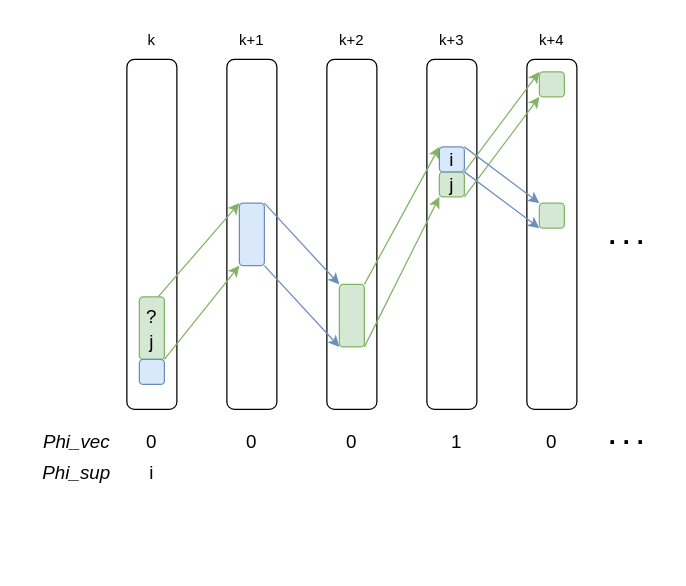
Earlier version of the draw.io diagram slides/graph/phi.drawio (dlcgold/rlpbwt). Source tidied: cells renumbered, new cells numbered last; positions are measured from the earlier drawing's top-left corner, leaving out a move shared by most shapes. Both pictures are drawn from the tidied source at 125%, with x=0, y=0 at pixel (39, 21).
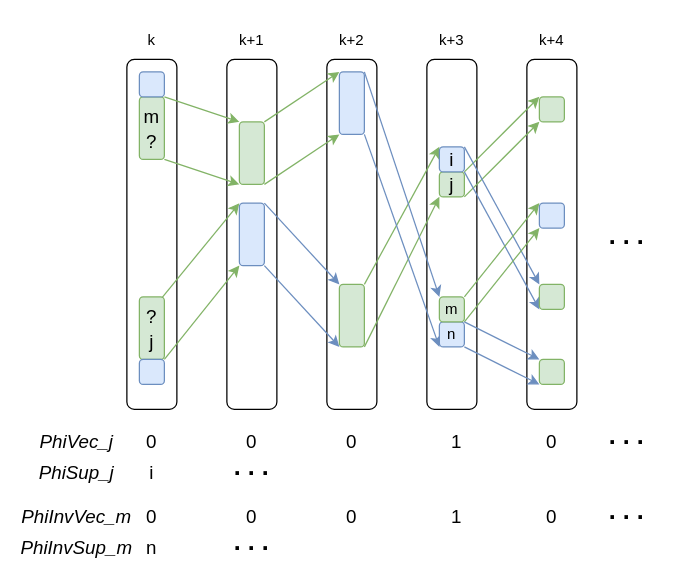
The same page after the edit.

The change refers to these unchanged cells:
```xml
<mxCell id="8" style="rounded=1;whiteSpace=wrap;html=1;fillColor=#d5e8d4;strokeColor=#82b366;" parent="1" vertex="1">
  <mxGeometry x="80" y="220" width="20" height="50" as="geometry" />
</mxCell>
<mxCell id="11" style="rounded=1;whiteSpace=wrap;html=1;fillColor=#dae8fc;strokeColor=#6c8ebf;" parent="1" vertex="1">
  <mxGeometry x="160" y="145" width="20" height="50" as="geometry" />
</mxCell>
<mxCell id="30" value="&lt;font style=&quot;font-size: 15px&quot;&gt;?&lt;/font&gt;" style="text;html=1;strokeColor=none;fillColor=none;align=center;verticalAlign=middle;whiteSpace=wrap;rounded=0;" parent="1" vertex="1">
  <mxGeometry x="60" y="220" width="60" height="30" as="geometry" />
</mxCell>
```

Diff of the diagram source:
```diff
@@
-    <mxCell id="6" style="rounded=0;jettySize=auto;html=1;exitX=0.75;exitY=0;exitDx=0;exitDy=0;entryX=0;entryY=0;entryDx=0;entryDy=0;fillColor=#d5e8d4;strokeColor=#82b366;" parent="1" edge="1" source="8" target="11">
+    <mxCell id="6" style="rounded=0;jettySize=auto;html=1;exitX=0.617;exitY=0.067;exitDx=0;exitDy=0;entryX=0;entryY=0;entryDx=0;entryDy=0;fillColor=#d5e8d4;strokeColor=#82b366;exitPerimeter=0;" parent="1" edge="1" source="30" target="11">
       <mxGeometry relative="1" as="geometry" />
     </mxCell>
@@
     <mxCell id="22" style="rounded=1;whiteSpace=wrap;html=1;fillColor=#d5e8d4;strokeColor=#82b366;" parent="1" vertex="1">
-      <mxGeometry x="400" y="40" width="20" height="20" as="geometry" />
+      <mxGeometry x="400" y="60" width="20" height="20" as="geometry" />
     </mxCell>
     <mxCell id="23" style="rounded=1;whiteSpace=wrap;html=1;fillColor=#d5e8d4;strokeColor=#82b366;" parent="1" vertex="1">
-      <mxGeometry x="400" y="145" width="20" height="20" as="geometry" />
+      <mxGeometry x="400" y="210" width="20" height="20" as="geometry" />
     </mxCell>
@@
-    <mxCell id="37" value="&lt;i&gt;Phi_vec&lt;/i&gt;" style="text;html=1;strokeColor=none;fillColor=none;align=center;verticalAlign=middle;whiteSpace=wrap;rounded=0;fontSize=15;" parent="1" vertex="1">
+    <mxCell id="37" value="&lt;i&gt;PhiVec_j&lt;/i&gt;" style="text;html=1;strokeColor=none;fillColor=none;align=center;verticalAlign=middle;whiteSpace=wrap;rounded=0;fontSize=15;" parent="1" vertex="1">
       <mxGeometry y="320" width="60" height="30" as="geometry" />
     </mxCell>
@@
-    <mxCell id="40" value="&lt;i&gt;Phi_sup&lt;/i&gt;" style="text;html=1;strokeColor=none;fillColor=none;align=center;verticalAlign=middle;whiteSpace=wrap;rounded=0;fontSize=15;" parent="1" vertex="1">
+    <mxCell id="40" value="&lt;i&gt;PhiSup_j&lt;/i&gt;" style="text;html=1;strokeColor=none;fillColor=none;align=center;verticalAlign=middle;whiteSpace=wrap;rounded=0;fontSize=15;" parent="1" vertex="1">
       <mxGeometry y="345" width="60" height="30" as="geometry" />
     </mxCell>
@@
+    <mxCell id="42" value="&lt;b&gt;&lt;font style=&quot;font-size: 20px&quot;&gt;. . .&lt;/font&gt;&lt;/b&gt;" style="text;html=1;strokeColor=none;fillColor=none;align=center;verticalAlign=middle;whiteSpace=wrap;rounded=0;fontSize=15;" parent="1" vertex="1">
+      <mxGeometry x="140" y="340" width="60" height="30" as="geometry" />
+    </mxCell>
+    <mxCell id="43" style="rounded=0;jettySize=auto;html=1;exitX=1;exitY=1;exitDx=0;exitDy=0;entryX=0;entryY=1;entryDx=0;entryDy=0;fillColor=#d5e8d4;strokeColor=#82b366;" parent="1" edge="1" source="45" target="50">
+      <mxGeometry relative="1" as="geometry" />
+    </mxCell>
+    <mxCell id="44" style="edgeStyle=none;rounded=0;jettySize=auto;html=1;exitX=1;exitY=0;exitDx=0;exitDy=0;entryX=0;entryY=0;entryDx=0;entryDy=0;fillColor=#d5e8d4;strokeColor=#82b366;" parent="1" edge="1" source="45" target="50">
+      <mxGeometry relative="1" as="geometry" />
+    </mxCell>
+    <mxCell id="45" style="rounded=1;whiteSpace=wrap;html=1;fillColor=#d5e8d4;strokeColor=#82b366;" parent="1" vertex="1">
+      <mxGeometry x="80" y="60" width="20" height="50" as="geometry" />
+    </mxCell>
+    <mxCell id="46" value="&lt;font style=&quot;font-size: 15px&quot;&gt;?&lt;/font&gt;" style="text;html=1;strokeColor=none;fillColor=none;align=center;verticalAlign=middle;whiteSpace=wrap;rounded=0;" parent="1" vertex="1">
+      <mxGeometry x="60" y="80" width="60" height="30" as="geometry" />
+    </mxCell>
+    <mxCell id="47" value="&lt;font style=&quot;font-size: 15px&quot;&gt;m&lt;/font&gt;" style="text;html=1;strokeColor=none;fillColor=none;align=center;verticalAlign=middle;whiteSpace=wrap;rounded=0;" parent="1" vertex="1">
+      <mxGeometry x="60" y="60" width="60" height="30" as="geometry" />
+    </mxCell>
+    <mxCell id="48" style="edgeStyle=none;rounded=0;jettySize=auto;html=1;exitX=1;exitY=0;exitDx=0;exitDy=0;entryX=0;entryY=0;entryDx=0;entryDy=0;fillColor=#d5e8d4;strokeColor=#82b366;" parent="1" edge="1" source="50" target="53">
+      <mxGeometry relative="1" as="geometry" />
+    </mxCell>
+    <mxCell id="49" style="edgeStyle=none;rounded=0;jettySize=auto;html=1;exitX=1;exitY=1;exitDx=0;exitDy=0;entryX=0;entryY=1;entryDx=0;entryDy=0;fillColor=#d5e8d4;strokeColor=#82b366;" parent="1" edge="1" source="50" target="53">
+      <mxGeometry relative="1" as="geometry" />
+    </mxCell>
+    <mxCell id="50" style="rounded=1;whiteSpace=wrap;html=1;fillColor=#d5e8d4;strokeColor=#82b366;" parent="1" vertex="1">
+      <mxGeometry x="160" y="80" width="20" height="50" as="geometry" />
+    </mxCell>
+    <mxCell id="51" style="edgeStyle=none;rounded=0;jettySize=auto;html=1;exitX=1;exitY=1;exitDx=0;exitDy=0;entryX=0;entryY=1;entryDx=0;entryDy=0;fillColor=#dae8fc;strokeColor=#6c8ebf;" parent="1" edge="1" source="53" target="55">
+      <mxGeometry relative="1" as="geometry" />
+    </mxCell>
+    <mxCell id="52" style="edgeStyle=none;rounded=0;jettySize=auto;html=1;exitX=1;exitY=0;exitDx=0;exitDy=0;entryX=0;entryY=0;entryDx=0;entryDy=0;fillColor=#dae8fc;strokeColor=#6c8ebf;" parent="1" edge="1" source="53" target="59">
+      <mxGeometry relative="1" as="geometry" />
+    </mxCell>
+    <mxCell id="53" style="rounded=1;whiteSpace=wrap;html=1;fillColor=#dae8fc;strokeColor=#6c8ebf;" parent="1" vertex="1">
+      <mxGeometry x="240" y="40" width="20" height="50" as="geometry" />
+    </mxCell>
+    <mxCell id="54" style="edgeStyle=none;rounded=0;jettySize=auto;html=1;exitX=1;exitY=1;exitDx=0;exitDy=0;entryX=0;entryY=1;entryDx=0;entryDy=0;fillColor=#dae8fc;strokeColor=#6c8ebf;" parent="1" edge="1" source="55" target="61">
+      <mxGeometry relative="1" as="geometry" />
+    </mxCell>
+    <mxCell id="55" value="n" style="rounded=1;whiteSpace=wrap;html=1;fillColor=#dae8fc;strokeColor=#6c8ebf;" parent="1" vertex="1">
+      <mxGeometry x="320" y="240" width="20" height="20" as="geometry" />
+    </mxCell>
+    <mxCell id="56" style="edgeStyle=none;rounded=0;jettySize=auto;html=1;exitX=1;exitY=0;exitDx=0;exitDy=0;entryX=0;entryY=0;entryDx=0;entryDy=0;fillColor=#d5e8d4;strokeColor=#82b366;" parent="1" edge="1" source="59" target="60">
+      <mxGeometry relative="1" as="geometry" />
+    </mxCell>
+    <mxCell id="57" style="edgeStyle=none;rounded=0;jettySize=auto;html=1;exitX=1;exitY=1;exitDx=0;exitDy=0;entryX=0;entryY=1;entryDx=0;entryDy=0;fillColor=#d5e8d4;strokeColor=#82b366;" parent="1" edge="1" source="59" target="60">
+      <mxGeometry relative="1" as="geometry" />
+    </mxCell>
+    <mxCell id="58" style="edgeStyle=none;rounded=0;jettySize=auto;html=1;exitX=1;exitY=1;exitDx=0;exitDy=0;entryX=0;entryY=0;entryDx=0;entryDy=0;fillColor=#dae8fc;strokeColor=#6c8ebf;" parent="1" edge="1" source="59" target="61">
+      <mxGeometry relative="1" as="geometry" />
+    </mxCell>
+    <mxCell id="59" value="m" style="rounded=1;whiteSpace=wrap;html=1;fillColor=#d5e8d4;strokeColor=#82b366;" parent="1" vertex="1">
+      <mxGeometry x="320" y="220" width="20" height="20" as="geometry" />
+    </mxCell>
+    <mxCell id="60" style="rounded=1;whiteSpace=wrap;html=1;fillColor=#dae8fc;strokeColor=#6c8ebf;" parent="1" vertex="1">
+      <mxGeometry x="400" y="145" width="20" height="20" as="geometry" />
+    </mxCell>
+    <mxCell id="61" style="rounded=1;whiteSpace=wrap;html=1;fillColor=#d5e8d4;strokeColor=#82b366;" parent="1" vertex="1">
+      <mxGeometry x="400" y="270" width="20" height="20" as="geometry" />
+    </mxCell>
+    <mxCell id="62" value="0" style="text;html=1;strokeColor=none;fillColor=none;align=center;verticalAlign=middle;whiteSpace=wrap;rounded=0;fontSize=15;" parent="1" vertex="1">
+      <mxGeometry x="60" y="380" width="60" height="30" as="geometry" />
+    </mxCell>
+    <mxCell id="63" value="0" style="text;html=1;strokeColor=none;fillColor=none;align=center;verticalAlign=middle;whiteSpace=wrap;rounded=0;fontSize=15;" parent="1" vertex="1">
+      <mxGeometry x="140" y="380" width="60" height="30" as="geometry" />
+    </mxCell>
+    <mxCell id="64" value="0" style="text;html=1;strokeColor=none;fillColor=none;align=center;verticalAlign=middle;whiteSpace=wrap;rounded=0;fontSize=15;" parent="1" vertex="1">
+      <mxGeometry x="220" y="380" width="60" height="30" as="geometry" />
+    </mxCell>
+    <mxCell id="65" value="1" style="text;html=1;strokeColor=none;fillColor=none;align=center;verticalAlign=middle;whiteSpace=wrap;rounded=0;fontSize=15;" parent="1" vertex="1">
+      <mxGeometry x="304" y="380" width="60" height="30" as="geometry" />
+    </mxCell>
+    <mxCell id="66" value="0" style="text;html=1;strokeColor=none;fillColor=none;align=center;verticalAlign=middle;whiteSpace=wrap;rounded=0;fontSize=15;" parent="1" vertex="1">
+      <mxGeometry x="380" y="380" width="60" height="30" as="geometry" />
+    </mxCell>
+    <mxCell id="67" value="&lt;i&gt;PhiInvVec_m&lt;/i&gt;" style="text;html=1;strokeColor=none;fillColor=none;align=center;verticalAlign=middle;whiteSpace=wrap;rounded=0;fontSize=15;" parent="1" vertex="1">
+      <mxGeometry y="380" width="60" height="30" as="geometry" />
+    </mxCell>
+    <mxCell id="68" value="&lt;b&gt;&lt;font style=&quot;font-size: 20px&quot;&gt;. . .&lt;/font&gt;&lt;/b&gt;" style="text;html=1;strokeColor=none;fillColor=none;align=center;verticalAlign=middle;whiteSpace=wrap;rounded=0;fontSize=15;" parent="1" vertex="1">
+      <mxGeometry x="440" y="375" width="60" height="30" as="geometry" />
+    </mxCell>
+    <mxCell id="69" value="&lt;i&gt;PhiInvSup_m&lt;/i&gt;" style="text;html=1;strokeColor=none;fillColor=none;align=center;verticalAlign=middle;whiteSpace=wrap;rounded=0;fontSize=15;" parent="1" vertex="1">
+      <mxGeometry y="405" width="60" height="30" as="geometry" />
+    </mxCell>
+    <mxCell id="70" value="n" style="text;html=1;strokeColor=none;fillColor=none;align=center;verticalAlign=middle;whiteSpace=wrap;rounded=0;fontSize=15;" parent="1" vertex="1">
+      <mxGeometry x="60" y="405" width="60" height="30" as="geometry" />
+    </mxCell>
+    <mxCell id="71" value="&lt;b&gt;&lt;font style=&quot;font-size: 20px&quot;&gt;. . .&lt;/font&gt;&lt;/b&gt;" style="text;html=1;strokeColor=none;fillColor=none;align=center;verticalAlign=middle;whiteSpace=wrap;rounded=0;fontSize=15;" parent="1" vertex="1">
+      <mxGeometry x="140" y="400" width="60" height="30" as="geometry" />
+    </mxCell>
+    <mxCell id="72" style="rounded=1;whiteSpace=wrap;html=1;fillColor=#dae8fc;strokeColor=#6c8ebf;" parent="1" vertex="1">
+      <mxGeometry x="80" y="40" width="20" height="20" as="geometry" />
+    </mxCell>
```
